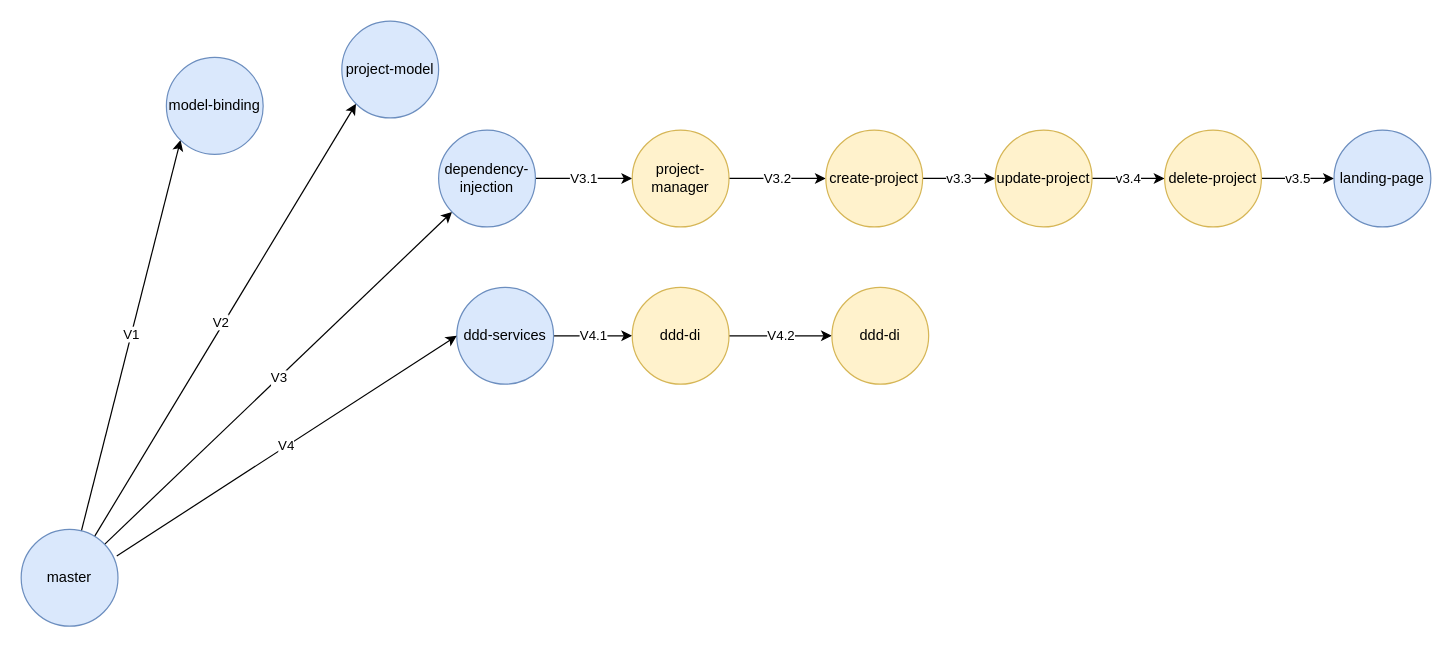
The draw.io diagram PIS.drawio in zcomert/project-information-system, before the edit. Source tidied: cells renumbered, new cells numbered last; positions are measured from the earlier drawing's top-left corner, leaving out a move shared by most shapes. Both pictures are drawn from the tidied source at 121%, with x=0, y=0 at pixel (21, 21).
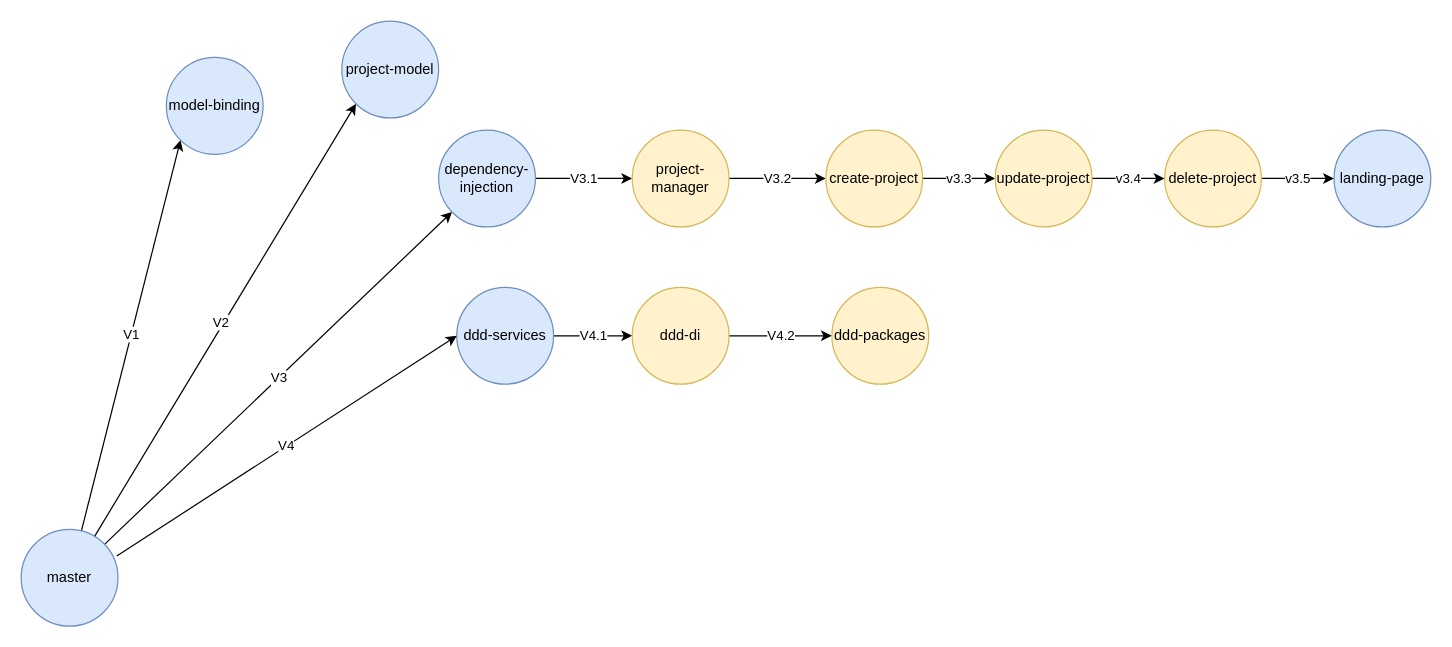
Above is the later version.

Commit message (it also covers changes not shown here):
Draw file has been updated.

What changed in the source:
```diff
@@
-    <mxCell id="26" value="ddd-di" style="ellipse;whiteSpace=wrap;html=1;fillColor=#fff2cc;strokeColor=#d6b656;" parent="1" vertex="1">
+    <mxCell id="26" value="ddd-packages" style="ellipse;whiteSpace=wrap;html=1;fillColor=#fff2cc;strokeColor=#d6b656;" parent="1" vertex="1">
       <mxGeometry x="670" y="220" width="80" height="80" as="geometry" />
     </mxCell>
```
